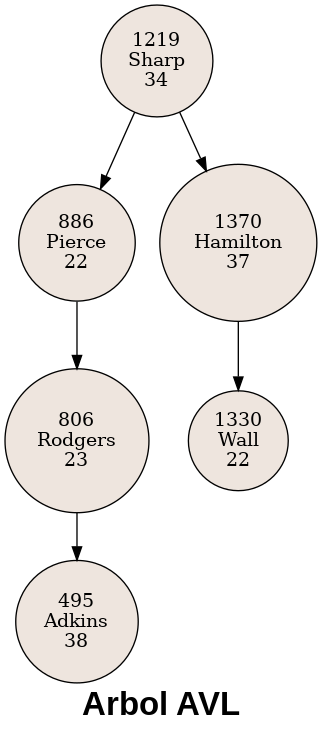
Ijosuer/EDD_2S_BatallaNaval_202000895 keeps this Graphviz diagram as archivos/AVL.png. Above is the earlier version. Its source is kept beside it as archivos/AVL.dot.
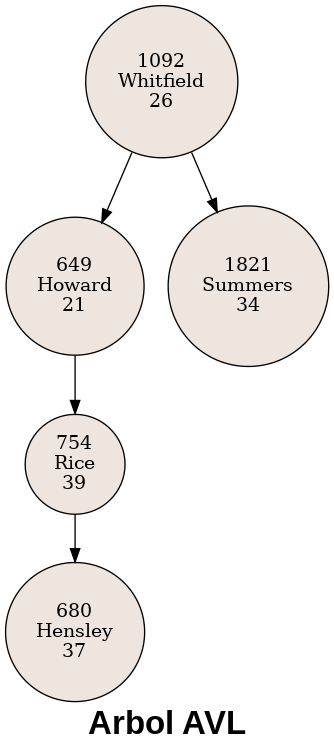
After the commit.

The edit, as a diff of the source:
```diff
@@ -1,27 +1,23 @@
 digraph G{label = "Arbol AVL" fontname="Arial Black" fontsize="25pt";
 node [shape = circle, style=filled, fillcolor=seashell2];
-nodo1219[ label = "1219
-Sharp
+nodo1092[ label = "1092
+Whitfield
+26"];
+nodo649[ label = "649
+Howard
+21"];
+nodo754[ label = "754
+Rice
+39"];
+nodo680[ label = "680
+Hensley
+37"];
+nodo754:C0->nodo680
+nodo649:C1->nodo754
+nodo1092:C0->nodo649
+nodo1821[ label = "1821
+Summers
 34"];
-nodo886[ label = "886
-Pierce
-22"];
-nodo806[ label = "806
-Rodgers
-23"];
-nodo495[ label = "495
-Adkins
-38"];
-nodo806:C0->nodo495
-nodo886:C0->nodo806
-nodo1219:C0->nodo886
-nodo1370[ label = "1370
-Hamilton
-37"];
-nodo1330[ label = "1330
-Wall
-22"];
-nodo1370:C0->nodo1330
-nodo1219:C1->nodo1370
+nodo1092:C1->nodo1821
 
 }
```
